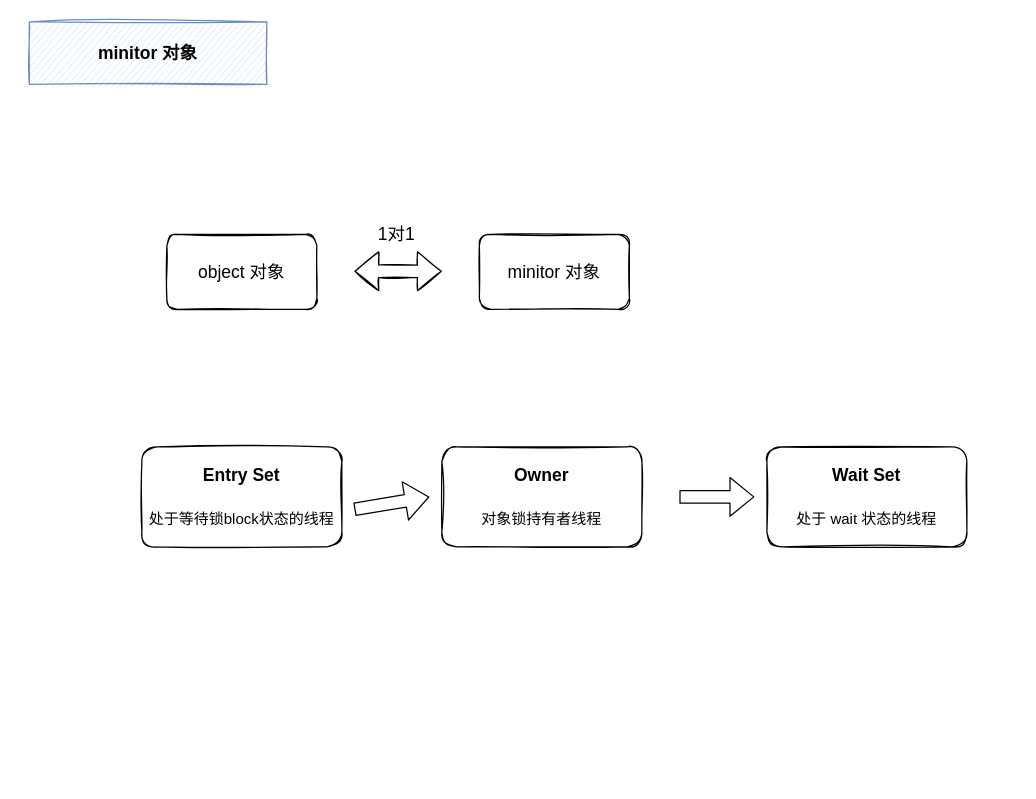
YinggangDong/diagrams keeps this draw.io diagram as jvm/Monitor对象.drawio. Above is the earlier version. Source tidied: cells renumbered, new cells numbered last; positions are measured from the earlier drawing's top-left corner, leaving out a move shared by most shapes. Both pictures are drawn from the tidied source at 125%, with x=0, y=0 at pixel (29, 21).
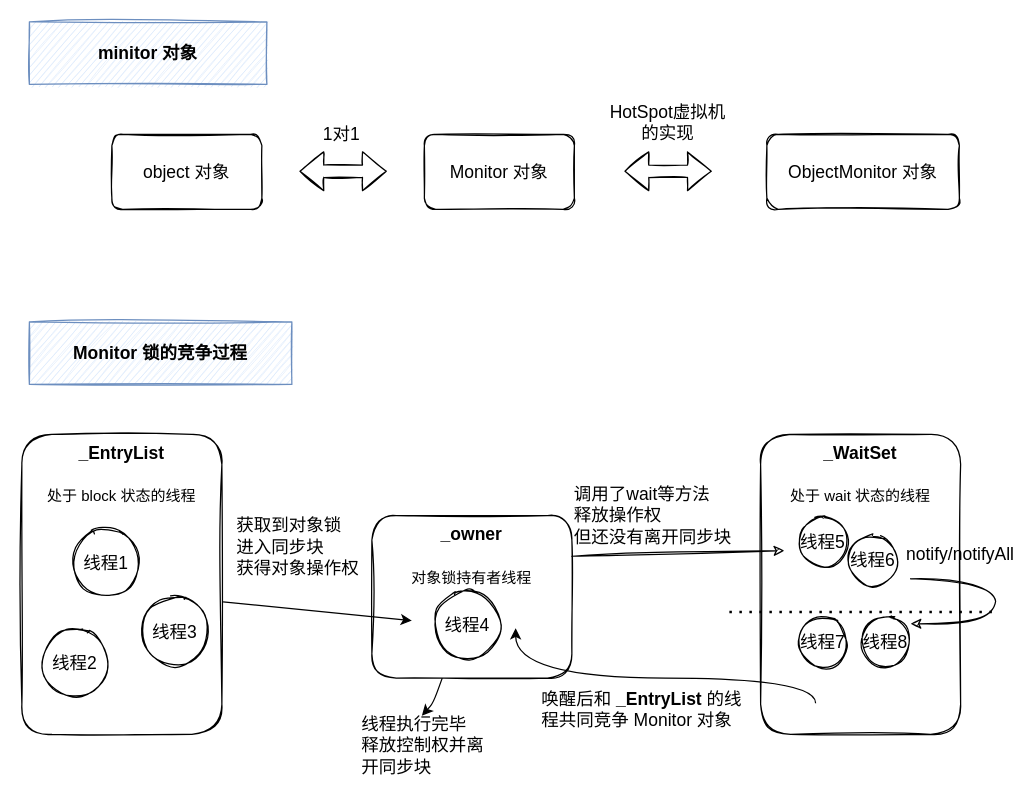
The same diagram, later.

What changed in the source:
```diff
@@
     <mxCell id="3" value="object 对象" style="rounded=1;whiteSpace=wrap;html=1;sketch=1;fontSize=14;" parent="1" vertex="1">
-      <mxGeometry x="110" y="170" width="120" height="60" as="geometry" />
+      <mxGeometry x="66" y="90" width="120" height="60" as="geometry" />
     </mxCell>
-    <mxCell id="4" value="minitor 对象" style="rounded=1;whiteSpace=wrap;html=1;sketch=1;fontSize=14;" parent="1" vertex="1">
-      <mxGeometry x="360" y="170" width="120" height="60" as="geometry" />
+    <mxCell id="4" value="Monitor&amp;nbsp;对象" style="rounded=1;whiteSpace=wrap;html=1;sketch=1;fontSize=14;" parent="1" vertex="1">
+      <mxGeometry x="316" y="90" width="120" height="60" as="geometry" />
     </mxCell>
     <mxCell id="5" style="shape=flexArrow;endArrow=classic;startArrow=classic;html=1;fontSize=14;sketch=1;" parent="1" edge="1">
       <mxGeometry relative="1" as="geometry">
-        <mxPoint x="260" y="199.5" as="sourcePoint" />
-        <mxPoint x="330" y="199.5" as="targetPoint" />
+        <mxPoint x="216" y="119.5" as="sourcePoint" />
+        <mxPoint x="286" y="119.5" as="targetPoint" />
       </mxGeometry>
     </mxCell>
     <mxCell id="6" value="1对1" style="text;html=1;strokeColor=none;fillColor=none;align=center;verticalAlign=middle;whiteSpace=wrap;rounded=0;sketch=1;fontSize=14;" parent="1" vertex="1">
-      <mxGeometry x="274" y="160" width="40" height="20" as="geometry" />
+      <mxGeometry x="230" y="80" width="40" height="20" as="geometry" />
     </mxCell>
-    <mxCell id="7" value="&lt;b&gt;Entry Set&lt;br&gt;&lt;/b&gt;&lt;br&gt;&lt;font style=&quot;font-size: 12px&quot;&gt;处于等待锁block状态的线程&lt;/font&gt;" style="rounded=1;whiteSpace=wrap;html=1;sketch=1;fontSize=14;" parent="1" vertex="1">
-      <mxGeometry x="90" y="340" width="160" height="80" as="geometry" />
+    <mxCell id="7" value="&lt;b&gt;_EntryList&lt;/b&gt;&lt;br&gt;&lt;br&gt;&lt;font style=&quot;font-size: 12px&quot;&gt;处于 block 状态的线程&lt;/font&gt;" style="rounded=1;whiteSpace=wrap;html=1;sketch=1;fontSize=14;verticalAlign=top;" parent="1" vertex="1">
+      <mxGeometry x="-6" y="330" width="160" height="240" as="geometry" />
     </mxCell>
-    <mxCell id="8" value="&lt;b&gt;Owner&lt;br&gt;&lt;/b&gt;&lt;br&gt;&lt;span style=&quot;font-size: 12px&quot;&gt;对象锁持有者线程&lt;/span&gt;" style="rounded=1;whiteSpace=wrap;html=1;sketch=1;fontSize=14;" parent="1" vertex="1">
-      <mxGeometry x="330" y="340" width="160" height="80" as="geometry" />
+    <mxCell id="8" value="&lt;b&gt;_owner&lt;/b&gt;&lt;br&gt;&lt;br&gt;&lt;span style=&quot;font-size: 12px&quot;&gt;对象锁持有者线程&lt;/span&gt;" style="rounded=1;whiteSpace=wrap;html=1;sketch=1;fontSize=14;verticalAlign=top;" parent="1" vertex="1">
+      <mxGeometry x="274" y="395" width="160" height="130" as="geometry" />
     </mxCell>
-    <mxCell id="9" style="shape=flexArrow;endArrow=classic;html=1;fontSize=14;" parent="1" edge="1">
-      <mxGeometry relative="1" as="geometry">
-        <mxPoint x="260" y="390" as="sourcePoint" />
-        <mxPoint x="320" y="380" as="targetPoint" />
-      </mxGeometry>
-    </mxCell>
-    <mxCell id="10" value="&lt;b&gt;Wait Set&lt;br&gt;&lt;/b&gt;&lt;br&gt;&lt;span style=&quot;font-size: 12px&quot;&gt;处于 wait 状态的线程&lt;/span&gt;" style="rounded=1;whiteSpace=wrap;html=1;sketch=1;fontSize=14;" parent="1" vertex="1">
-      <mxGeometry x="590" y="340" width="160" height="80" as="geometry" />
+    <mxCell id="10" value="&lt;b&gt;_WaitSet&lt;/b&gt;&lt;br&gt;&lt;br&gt;&lt;span style=&quot;font-size: 12px&quot;&gt;处于 wait 状态的线程&lt;/span&gt;" style="rounded=1;whiteSpace=wrap;html=1;sketch=1;fontSize=14;verticalAlign=top;" parent="1" vertex="1">
+      <mxGeometry x="585" y="330" width="160" height="240" as="geometry" />
     </mxCell>
-    <mxCell id="11" style="shape=flexArrow;endArrow=classic;html=1;fontSize=14;" parent="1" edge="1">
-      <mxGeometry relative="1" as="geometry">
-        <mxPoint x="520" y="380" as="sourcePoint" />
-        <mxPoint x="580" y="380" as="targetPoint" />
-      </mxGeometry>
-    </mxCell>
+    <mxCell id="12" value="调用了wait等方法&lt;br&gt;释放操作权&lt;br&gt;&lt;div style=&quot;&quot;&gt;&lt;span&gt;但还没有离开同步块&lt;/span&gt;&lt;/div&gt;" style="text;html=1;strokeColor=none;fillColor=none;align=left;verticalAlign=middle;whiteSpace=wrap;rounded=0;sketch=1;fontSize=14;" parent="1" vertex="1">
+      <mxGeometry x="434" y="385" width="150" height="20" as="geometry" />
+    </mxCell>
+    <mxCell id="13" style="endArrow=classic;html=1;fontSize=14;exitX=1;exitY=0.25;exitDx=0;exitDy=0;sketch=1;" parent="1" edge="1" source="8">
+      <mxGeometry relative="1" as="geometry">
+        <mxPoint x="604" y="423" as="targetPoint" />
+      </mxGeometry>
+    </mxCell>
+    <mxCell id="14" style="endArrow=none;dashed=1;html=1;dashPattern=1 3;strokeWidth=2;fontSize=14;" parent="1" edge="1">
+      <mxGeometry relative="1" as="geometry">
+        <mxPoint x="560" y="472" as="sourcePoint" />
+        <mxPoint x="770" y="472" as="targetPoint" />
+      </mxGeometry>
+    </mxCell>
+    <mxCell id="15" value="线程1" style="ellipse;whiteSpace=wrap;html=1;sketch=1;fontSize=14;" parent="1" vertex="1">
+      <mxGeometry x="34" y="405" width="55" height="55" as="geometry" />
+    </mxCell>
+    <mxCell id="16" value="线程2" style="ellipse;whiteSpace=wrap;html=1;sketch=1;fontSize=14;" parent="1" vertex="1">
+      <mxGeometry x="9" y="485" width="55" height="55" as="geometry" />
+    </mxCell>
+    <mxCell id="17" value="线程3" style="ellipse;whiteSpace=wrap;html=1;sketch=1;fontSize=14;" parent="1" vertex="1">
+      <mxGeometry x="89" y="460" width="55" height="55" as="geometry" />
+    </mxCell>
+    <mxCell id="18" value="线程5" style="ellipse;whiteSpace=wrap;html=1;sketch=1;fontSize=14;" parent="1" vertex="1">
+      <mxGeometry x="615" y="396" width="40" height="40" as="geometry" />
+    </mxCell>
+    <mxCell id="19" value="线程6" style="ellipse;whiteSpace=wrap;html=1;sketch=1;fontSize=14;" parent="1" vertex="1">
+      <mxGeometry x="655" y="411" width="40" height="40" as="geometry" />
+    </mxCell>
+    <mxCell id="20" value="线程4" style="ellipse;whiteSpace=wrap;html=1;sketch=1;fontSize=14;" parent="1" vertex="1">
+      <mxGeometry x="323" y="455" width="55" height="55" as="geometry" />
+    </mxCell>
+    <mxCell id="21" value="线程7" style="ellipse;whiteSpace=wrap;html=1;sketch=1;fontSize=14;" parent="1" vertex="1">
+      <mxGeometry x="615" y="476" width="40" height="40" as="geometry" />
+    </mxCell>
+    <mxCell id="22" value="线程8" style="ellipse;whiteSpace=wrap;html=1;sketch=1;fontSize=14;" parent="1" vertex="1">
+      <mxGeometry x="665" y="476" width="40" height="40" as="geometry" />
+    </mxCell>
+    <mxCell id="23" style="endArrow=classic;html=1;fontSize=14;" parent="1" edge="1" source="8">
+      <mxGeometry relative="1" as="geometry">
+        <mxPoint x="314" y="555" as="targetPoint" />
+        <Array as="points">
+          <mxPoint x="323" y="545" />
+        </Array>
+      </mxGeometry>
+    </mxCell>
+    <mxCell id="24" value="线程执行完毕&lt;br&gt;释放控制权并离开同步块" style="text;html=1;strokeColor=none;fillColor=none;align=left;verticalAlign=middle;whiteSpace=wrap;rounded=0;sketch=1;fontSize=14;" parent="1" vertex="1">
+      <mxGeometry x="264" y="569" width="110" height="20" as="geometry" />
+    </mxCell>
+    <mxCell id="25" style="endArrow=classic;html=1;fontSize=14;exitX=1.006;exitY=0.558;exitDx=0;exitDy=0;exitPerimeter=0;" parent="1" edge="1" source="7">
+      <mxGeometry relative="1" as="geometry">
+        <mxPoint x="306" y="479" as="targetPoint" />
+      </mxGeometry>
+    </mxCell>
+    <mxCell id="26" value="获取到对象锁&lt;br&gt;进入同步块&lt;br&gt;获得对象操作权" style="text;html=1;strokeColor=none;fillColor=none;align=left;verticalAlign=middle;whiteSpace=wrap;rounded=0;sketch=1;fontSize=14;" parent="1" vertex="1">
+      <mxGeometry x="164" y="410" width="100" height="20" as="geometry" />
+    </mxCell>
+    <mxCell id="27" style="endArrow=classic;html=1;fontSize=14;edgeStyle=orthogonalEdgeStyle;curved=1;sketch=1;" parent="1" edge="1">
+      <mxGeometry relative="1" as="geometry">
+        <mxPoint x="705" y="445.5" as="sourcePoint" />
+        <mxPoint x="705" y="481.5" as="targetPoint" />
+        <Array as="points">
+          <mxPoint x="773" y="445.5" />
+          <mxPoint x="773" y="481.5" />
+        </Array>
+      </mxGeometry>
+    </mxCell>
+    <mxCell id="28" value="notify/notifyAll" style="text;html=1;strokeColor=none;fillColor=none;align=center;verticalAlign=middle;whiteSpace=wrap;rounded=0;sketch=1;fontSize=14;" parent="1" vertex="1">
+      <mxGeometry x="725" y="416" width="40" height="20" as="geometry" />
+    </mxCell>
+    <mxCell id="29" style="endArrow=classic;html=1;fontSize=14;edgeStyle=orthogonalEdgeStyle;curved=1;" parent="1" edge="1">
+      <mxGeometry relative="1" as="geometry">
+        <mxPoint x="629" y="545" as="sourcePoint" />
+        <mxPoint x="389" y="485" as="targetPoint" />
+        <Array as="points">
+          <mxPoint x="629" y="525" />
+          <mxPoint x="389" y="525" />
+        </Array>
+      </mxGeometry>
+    </mxCell>
+    <mxCell id="30" value="ObjectMonitor 对象" style="rounded=1;whiteSpace=wrap;html=1;sketch=1;fontSize=14;" parent="1" vertex="1">
+      <mxGeometry x="590" y="90" width="154" height="60" as="geometry" />
+    </mxCell>
+    <mxCell id="31" style="shape=flexArrow;endArrow=classic;startArrow=classic;html=1;fontSize=14;sketch=1;" parent="1" edge="1">
+      <mxGeometry relative="1" as="geometry">
+        <mxPoint x="476" y="119.5" as="sourcePoint" />
+        <mxPoint x="546" y="119.5" as="targetPoint" />
+      </mxGeometry>
+    </mxCell>
+    <mxCell id="32" value="HotSpot虚拟机的实现" style="text;html=1;strokeColor=none;fillColor=none;align=center;verticalAlign=middle;whiteSpace=wrap;rounded=0;sketch=1;fontSize=14;" parent="1" vertex="1">
+      <mxGeometry x="461" y="70" width="100" height="20" as="geometry" />
+    </mxCell>
+    <mxCell id="33" value="唤醒后和&amp;nbsp;&lt;b&gt;_EntryList&lt;/b&gt;&amp;nbsp;的线程共同竞争 Monitor 对象" style="text;html=1;strokeColor=none;fillColor=none;align=left;verticalAlign=middle;whiteSpace=wrap;rounded=0;sketch=1;fontSize=14;" parent="1" vertex="1">
+      <mxGeometry x="408" y="540" width="170" height="20" as="geometry" />
+    </mxCell>
+    <mxCell id="34" value="Monitor 锁的竞争过程" style="rounded=0;whiteSpace=wrap;html=1;sketch=1;fontSize=14;align=center;fillColor=#dae8fc;strokeColor=#6c8ebf;shadow=0;glass=0;fontStyle=1;" parent="1" vertex="1">
+      <mxGeometry y="240" width="210" height="50" as="geometry" />
+    </mxCell>
```
